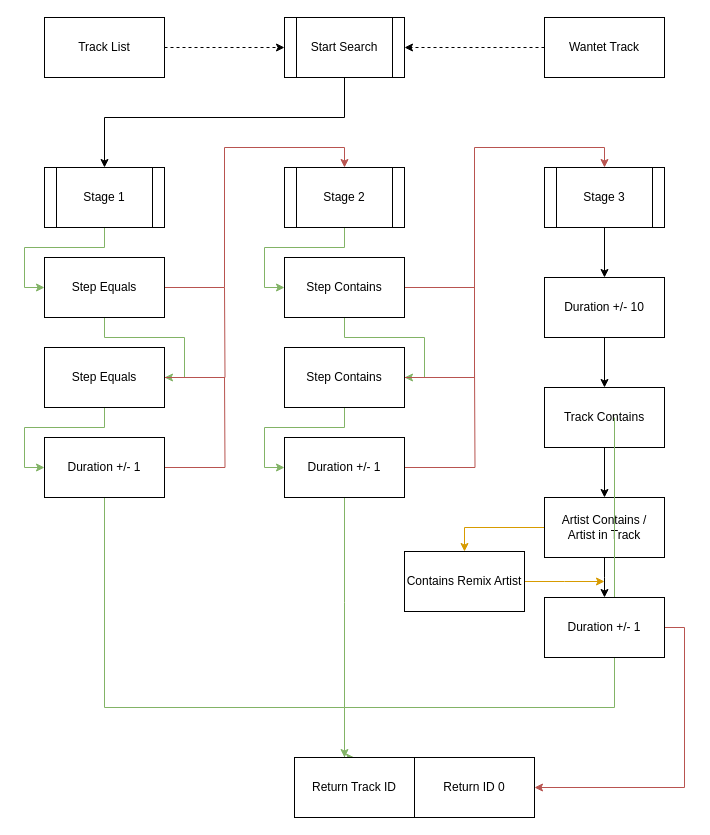
Before: SearchFlow.drawio in BackInBash/DeezerSync, a draw.io diagram. Source tidied: cells renumbered, new cells numbered last; positions are measured from the earlier drawing's top-left corner, leaving out a move shared by most shapes. Both pictures are drawn from the tidied source at 100%, with x=0, y=0 at pixel (44, 17).
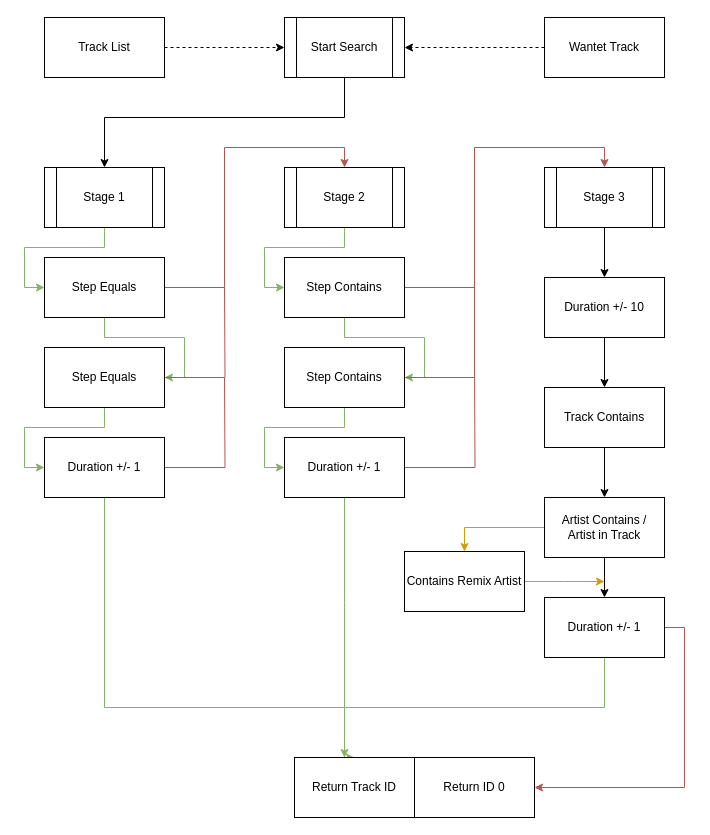
The same page after the edit.

Unchanged cells that the change refers to:
```xml
<mxCell id="42" value="Duration +/- 1" style="rounded=0;whiteSpace=wrap;html=1;" parent="1" vertex="1">
  <mxGeometry x="500" y="580" width="120" height="60" as="geometry" />
</mxCell>
```

Change to the diagram source:
```diff
@@
-    <mxCell id="40" style="edgeStyle=orthogonalEdgeStyle;rounded=0;orthogonalLoop=1;jettySize=auto;html=1;startArrow=none;startFill=0;endArrow=classic;endFill=1;fillColor=#d5e8d4;strokeColor=#82b366;" parent="1" edge="1">
+    <mxCell id="40" style="edgeStyle=orthogonalEdgeStyle;rounded=0;jettySize=auto;html=1;startArrow=none;startFill=0;endArrow=classic;endFill=1;fillColor=#d5e8d4;strokeColor=#82b366;exitX=0.5;exitY=1;exitDx=0;exitDy=0;" parent="1" edge="1" source="42">
       <mxGeometry relative="1" as="geometry">
-        <mxPoint x="570" y="400" as="sourcePoint" />
         <mxPoint x="300" y="740" as="targetPoint" />
         <Array as="points">
-          <mxPoint x="570" y="690" />
+          <mxPoint x="560" y="690" />
           <mxPoint x="300" y="690" />
-          <mxPoint x="300" y="740" />
         </Array>
       </mxGeometry>
     </mxCell>
```
